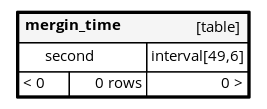
Earlier version of the Graphviz export 03_BD/schema/output/diagrams/orphans/mergin_time.1degree.png (TAKAHIRO-03/GoodHabits_doc). Its source is kept beside it as 03_BD/schema/output/diagrams/orphans/mergin_time.1degree.dot. Its diagram source:
```dot
digraph "mergin_time" {
  graph [
    rankdir="RL"
    bgcolor="#ffffff"
    nodesep="0.18"
    ranksep="0.46"
    fontname="Helvetica"
    fontsize="11"
    ration="compress"
  ];
  node [
    fontname="Helvetica"
    fontsize="11"
    shape="plaintext"
  ];
  edge [
    arrowsize="0.8"
  ];
  "mergin_time" [
   label=<
    <TABLE BORDER="2" CELLBORDER="1" CELLSPACING="0" BGCOLOR="#ffffff">
      <TR><TD COLSPAN="4"  BGCOLOR="#f5f5f5"><TABLE BORDER="0" CELLSPACING="0"><TR><TD ALIGN="LEFT"><B>mergin_time</B></TD><TD ALIGN="RIGHT">[table]</TD></TR></TABLE></TD></TR>
      <TR><TD PORT="second" COLSPAN="2" ALIGN="LEFT"><TABLE BORDER="0" CELLSPACING="0" ALIGN="LEFT"><TR ALIGN="LEFT"><TD ALIGN="LEFT" FIXEDSIZE="TRUE" WIDTH="15" HEIGHT="16"></TD><TD ALIGN="LEFT" FIXEDSIZE="TRUE" WIDTH="75" HEIGHT="16">second</TD></TR></TABLE></TD><TD PORT="second.type" ALIGN="LEFT">interval[49,6]</TD></TR>
      <TR><TD ALIGN="LEFT" BGCOLOR="#ffffff">&lt; 0</TD><TD ALIGN="RIGHT" BGCOLOR="#ffffff">0 rows</TD><TD ALIGN="RIGHT" BGCOLOR="#ffffff">0 &gt;</TD></TR>
    </TABLE>>
    URL="tables/mergin_time.html"
    target="_top"
    tooltip="mergin_time"
  ];
}
```
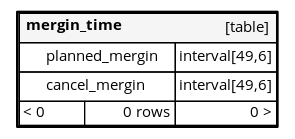
The same file after the commit.

What changed in the source:
```diff
@@ -20,7 +20,8 @@
    label=<
     <TABLE BORDER="2" CELLBORDER="1" CELLSPACING="0" BGCOLOR="#ffffff">
       <TR><TD COLSPAN="4"  BGCOLOR="#f5f5f5"><TABLE BORDER="0" CELLSPACING="0"><TR><TD ALIGN="LEFT"><B>mergin_time</B></TD><TD ALIGN="RIGHT">[table]</TD></TR></TABLE></TD></TR>
-      <TR><TD PORT="second" COLSPAN="2" ALIGN="LEFT"><TABLE BORDER="0" CELLSPACING="0" ALIGN="LEFT"><TR ALIGN="LEFT"><TD ALIGN="LEFT" FIXEDSIZE="TRUE" WIDTH="15" HEIGHT="16"></TD><TD ALIGN="LEFT" FIXEDSIZE="TRUE" WIDTH="75" HEIGHT="16">second</TD></TR></TABLE></TD><TD PORT="second.type" ALIGN="LEFT">interval[49,6]</TD></TR>
+      <TR><TD PORT="planned_mergin" COLSPAN="2" ALIGN="LEFT"><TABLE BORDER="0" CELLSPACING="0" ALIGN="LEFT"><TR ALIGN="LEFT"><TD ALIGN="LEFT" FIXEDSIZE="TRUE" WIDTH="15" HEIGHT="16"></TD><TD ALIGN="LEFT" FIXEDSIZE="TRUE" WIDTH="96" HEIGHT="16">planned_mergin</TD></TR></TABLE></TD><TD PORT="planned_mergin.type" ALIGN="LEFT">interval[49,6]</TD></TR>
+      <TR><TD PORT="cancel_mergin" COLSPAN="2" ALIGN="LEFT"><TABLE BORDER="0" CELLSPACING="0" ALIGN="LEFT"><TR ALIGN="LEFT"><TD ALIGN="LEFT" FIXEDSIZE="TRUE" WIDTH="15" HEIGHT="16"></TD><TD ALIGN="LEFT" FIXEDSIZE="TRUE" WIDTH="96" HEIGHT="16">cancel_mergin</TD></TR></TABLE></TD><TD PORT="cancel_mergin.type" ALIGN="LEFT">interval[49,6]</TD></TR>
       <TR><TD ALIGN="LEFT" BGCOLOR="#ffffff">&lt; 0</TD><TD ALIGN="RIGHT" BGCOLOR="#ffffff">0 rows</TD><TD ALIGN="RIGHT" BGCOLOR="#ffffff">0 &gt;</TD></TR>
     </TABLE>>
     URL="tables/mergin_time.html"
```
